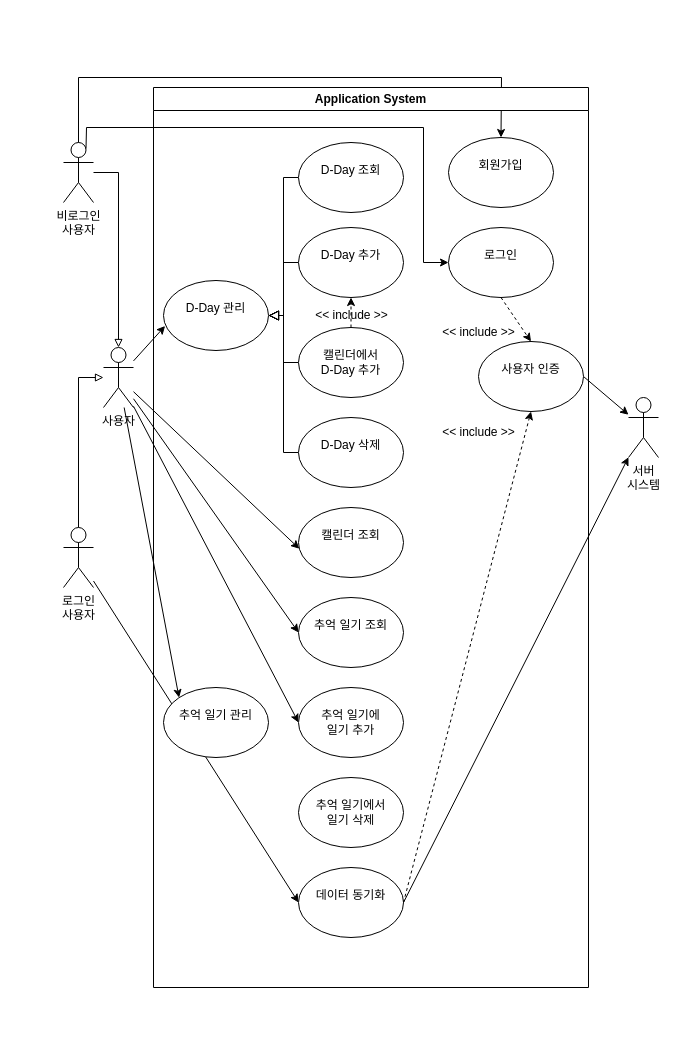
baechuTree/softwareEngineering keeps this draw.io diagram as use case diagram.drawio. Above is the earlier version. Source tidied: cells renumbered, new cells numbered last; positions are measured from the earlier drawing's top-left corner, leaving out a move shared by most shapes. Both pictures are drawn from the tidied source at 100%, with x=0, y=0 at pixel (63, 77).
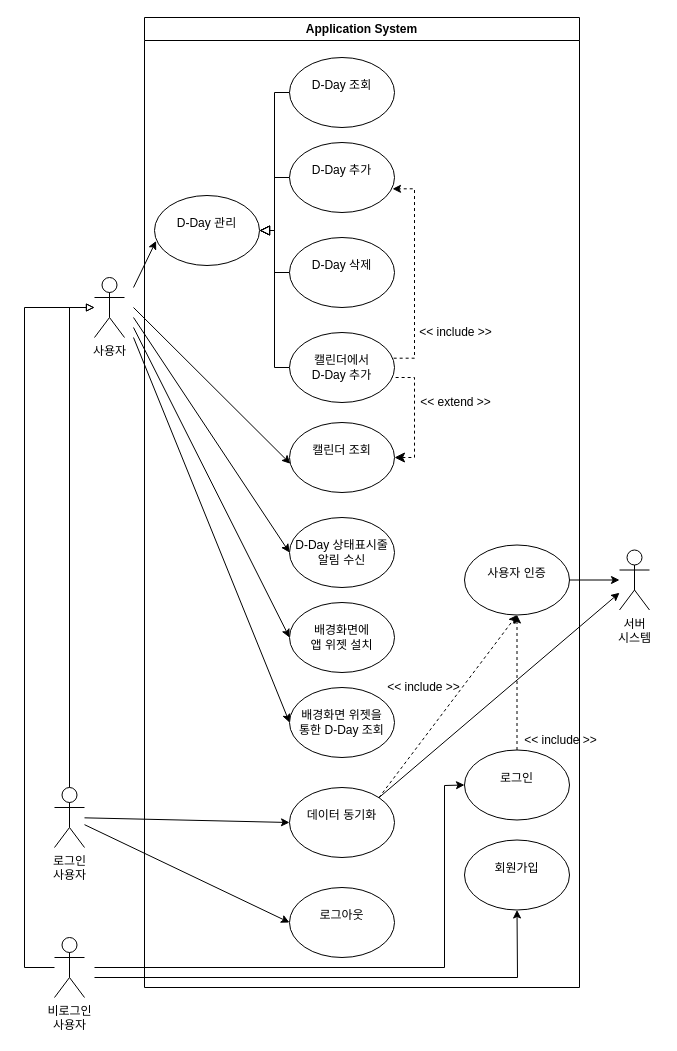
The same page after the edit.

The edit, as a diff of the source:
```diff
@@
-    <mxCell id="2" value="비로그인&lt;div&gt;사용자&lt;/div&gt;" style="shape=umlActor;verticalLabelPosition=bottom;verticalAlign=top;html=1;outlineConnect=0;" parent="1" vertex="1">
-      <mxGeometry y="65" width="30" height="60" as="geometry" />
+    <mxCell id="2" value="비로그인&lt;div&gt;사용자&lt;/div&gt;" style="shape=umlActor;verticalLabelPosition=bottom;verticalAlign=top;html=1;outlineConnect=0;direction=east;" parent="1" vertex="1">
+      <mxGeometry x="-9" y="860" width="30" height="60" as="geometry" />
     </mxCell>
     <mxCell id="3" value="&lt;div&gt;사용자&lt;/div&gt;" style="shape=umlActor;verticalLabelPosition=bottom;verticalAlign=top;html=1;outlineConnect=0;" parent="1" vertex="1">
-      <mxGeometry x="40" y="270" width="30" height="60" as="geometry" />
+      <mxGeometry x="31" y="200" width="30" height="60" as="geometry" />
     </mxCell>
-    <mxCell id="4" style="endArrow=classic;html=1;rounded=0;entryX=0;entryY=0.5;entryDx=0;entryDy=0;" parent="1" edge="1" source="3" target="40">
-      <mxGeometry relative="1" as="geometry" />
-    </mxCell>
-    <mxCell id="5" style="endArrow=classic;html=1;rounded=0;entryX=0;entryY=0.5;entryDx=0;entryDy=0;" parent="1" edge="1" source="3" target="37">
-      <mxGeometry relative="1" as="geometry" />
-    </mxCell>
-    <mxCell id="6" style="endArrow=classic;html=1;rounded=0;entryX=0.008;entryY=0.589;entryDx=0;entryDy=0;entryPerimeter=0;" parent="1" edge="1" source="3" target="36">
-      <mxGeometry relative="1" as="geometry" />
+    <mxCell id="6" style="endArrow=classic;html=1;rounded=0;entryX=0.008;entryY=0.589;entryDx=0;entryDy=0;entryPerimeter=0;" parent="1" edge="1" target="36">
+      <mxGeometry relative="1" as="geometry">
+        <mxPoint x="70" y="230" as="sourcePoint" />
+      </mxGeometry>
     </mxCell>
-    <mxCell id="7" style="endArrow=classic;html=1;rounded=0;entryX=0.5;entryY=0;entryDx=0;entryDy=0;exitX=0.5;exitY=0;exitDx=0;exitDy=0;exitPerimeter=0;" parent="1" edge="1" source="2" target="28">
+    <mxCell id="7" style="endArrow=classic;html=1;rounded=0;entryX=0.5;entryY=1;entryDx=0;entryDy=0;" parent="1" edge="1" target="28">
       <mxGeometry relative="1" as="geometry">
+        <mxPoint x="31" y="900" as="sourcePoint" />
         <Array as="points">
-          <mxPoint x="15" />
-          <mxPoint x="438" />
+          <mxPoint x="454" y="900" />
         </Array>
       </mxGeometry>
     </mxCell>
-    <mxCell id="8" style="endArrow=classic;html=1;rounded=0;entryX=0;entryY=0.5;entryDx=0;entryDy=0;exitX=0.75;exitY=0.1;exitDx=0;exitDy=0;exitPerimeter=0;" parent="1" edge="1" source="2" target="27">
-      <mxGeometry relative="1" as="geometry">
-        <Array as="points">
-          <mxPoint x="23" y="50" />
-          <mxPoint x="360" y="50" />
-          <mxPoint x="360" y="185" />
-        </Array>
-      </mxGeometry>
-    </mxCell>
     <mxCell id="9" value="Application System" style="swimlane;whiteSpace=wrap;html=1;" parent="1" vertex="1">
-      <mxGeometry x="90" y="10" width="435" height="900" as="geometry" />
+      <mxGeometry x="81" y="-60" width="435" height="970" as="geometry" />
     </mxCell>
-    <mxCell id="10" value="서버&lt;div&gt;시스템&lt;/div&gt;" style="shape=umlActor;verticalLabelPosition=bottom;verticalAlign=top;html=1;outlineConnect=0;" parent="1" vertex="1">
-      <mxGeometry x="565" y="320" width="30" height="60" as="geometry" />
-    </mxCell>
-    <mxCell id="11" style="endArrow=classic;html=1;rounded=0;exitX=1;exitY=0.5;exitDx=0;exitDy=0;" parent="1" edge="1" source="38" target="10">
-      <mxGeometry relative="1" as="geometry" />
-    </mxCell>
-    <mxCell id="12" style="endArrow=classic;html=1;rounded=0;exitX=1;exitY=0.5;exitDx=0;exitDy=0;" parent="1" edge="1" source="26" target="10">
-      <mxGeometry relative="1" as="geometry" />
-    </mxCell>
+    <mxCell id="29" value="&amp;lt;&amp;lt; include &amp;gt;&amp;gt;" style="text;html=1;align=center;verticalAlign=middle;strokeColor=none;fillColor=none;" parent="9" vertex="1">
+      <mxGeometry x="229" y="655" width="100" height="30" as="geometry" />
+    </mxCell>
-    <mxCell id="13" value="&amp;lt;&amp;lt; include &amp;gt;&amp;gt;" style="text;html=1;align=center;verticalAlign=middle;strokeColor=none;fillColor=none;" parent="1" vertex="1">
-      <mxGeometry x="365" y="240" width="100" height="30" as="geometry" />
+    <mxCell id="13" value="&amp;lt;&amp;lt; include &amp;gt;&amp;gt;" style="text;html=1;align=center;verticalAlign=middle;strokeColor=none;fillColor=none;" parent="9" vertex="1">
+      <mxGeometry x="366" y="707.5" width="100" height="30" as="geometry" />
     </mxCell>
-    <mxCell id="14" value="&lt;div&gt;로그인&lt;/div&gt;&lt;div&gt;사용자&lt;/div&gt;" style="shape=umlActor;verticalLabelPosition=bottom;verticalAlign=top;html=1;outlineConnect=0;" parent="1" vertex="1">
-      <mxGeometry y="450" width="30" height="60" as="geometry" />
-    </mxCell>
-    <mxCell id="15" style="endArrow=block;html=1;rounded=0;endFill=0;strokeWidth=1;" parent="1" edge="1" source="14">
-      <mxGeometry relative="1" as="geometry">
-        <mxPoint x="40" y="300" as="targetPoint" />
-        <Array as="points">
-          <mxPoint x="15" y="300" />
-        </Array>
-      </mxGeometry>
-    </mxCell>
-    <mxCell id="16" style="endArrow=block;html=1;rounded=0;endFill=0;strokeWidth=1;" parent="1" edge="1" source="2" target="3">
-      <mxGeometry relative="1" as="geometry">
-        <Array as="points">
-          <mxPoint x="55" y="95" />
-        </Array>
-      </mxGeometry>
-    </mxCell>
-    <mxCell id="17" style="endArrow=classic;html=1;rounded=0;entryX=0;entryY=0.5;entryDx=0;entryDy=0;" parent="1" edge="1" source="14" target="38">
-      <mxGeometry relative="1" as="geometry" />
-    </mxCell>
-    <mxCell id="18" style="endArrow=classic;html=1;rounded=0;entryX=0;entryY=0;entryDx=0;entryDy=0;" parent="1" edge="1" source="3" target="21">
-      <mxGeometry relative="1" as="geometry" />
-    </mxCell>
-    <mxCell id="19" style="endArrow=classic;html=1;rounded=0;entryX=0.015;entryY=0.65;entryDx=0;entryDy=0;entryPerimeter=0;" parent="1" edge="1" source="3" target="20">
-      <mxGeometry relative="1" as="geometry" />
-    </mxCell>
+    <mxCell id="43" value="&amp;lt;&amp;lt; extend &amp;gt;&amp;gt;" style="text;html=1;align=center;verticalAlign=middle;strokeColor=none;fillColor=none;" parent="9" vertex="1">
+      <mxGeometry x="266" y="370" width="90" height="30" as="geometry" />
+    </mxCell>
+    <mxCell id="28" value="&lt;br&gt;&lt;div&gt;회원가입&lt;/div&gt;" style="ellipse;whiteSpace=wrap;html=1;verticalAlign=top;align=center;" parent="9" vertex="1">
+      <mxGeometry x="320" y="822.5" width="105" height="70" as="geometry" />
+    </mxCell>
+    <mxCell id="27" value="&lt;div&gt;&lt;br&gt;&lt;/div&gt;&lt;div&gt;로그인&lt;/div&gt;" style="ellipse;whiteSpace=wrap;html=1;verticalAlign=top;align=center;" parent="9" vertex="1">
+      <mxGeometry x="320" y="732.5" width="105" height="70" as="geometry" />
+    </mxCell>
+    <mxCell id="26" value="&lt;div&gt;&lt;br&gt;&lt;/div&gt;&lt;div&gt;사용자 인증&lt;/div&gt;" style="ellipse;whiteSpace=wrap;html=1;verticalAlign=top;align=center;" parent="9" vertex="1">
+      <mxGeometry x="320" y="527.5" width="105" height="70" as="geometry" />
+    </mxCell>
+    <mxCell id="31" style="endArrow=classic;html=1;rounded=0;exitX=0.5;exitY=0;exitDx=0;exitDy=0;entryX=0.5;entryY=1;entryDx=0;entryDy=0;dashed=1;" parent="9" edge="1" source="27" target="26">
+      <mxGeometry relative="1" as="geometry" />
+    </mxCell>
-    <mxCell id="20" value="&lt;div&gt;&lt;br&gt;&lt;/div&gt;&lt;div&gt;&lt;span style=&quot;background-color: transparent; color: light-dark(rgb(0, 0, 0), rgb(255, 255, 255));&quot;&gt;D-Day 관리&lt;/span&gt;&lt;/div&gt;" style="ellipse;whiteSpace=wrap;html=1;verticalAlign=top;align=center;" parent="1" vertex="1">
-      <mxGeometry x="100" y="203" width="105" height="70" as="geometry" />
+    <mxCell id="20" value="&lt;div&gt;&lt;br&gt;&lt;/div&gt;&lt;div&gt;&lt;span style=&quot;background-color: transparent; color: light-dark(rgb(0, 0, 0), rgb(255, 255, 255));&quot;&gt;D-Day 관리&lt;/span&gt;&lt;/div&gt;" style="ellipse;whiteSpace=wrap;html=1;verticalAlign=top;align=center;" parent="9" vertex="1">
+      <mxGeometry x="10" y="178" width="105" height="70" as="geometry" />
     </mxCell>
-    <mxCell id="21" value="&lt;div&gt;&lt;br&gt;&lt;/div&gt;&lt;div&gt;추억 일기 관리&lt;/div&gt;" style="ellipse;whiteSpace=wrap;html=1;verticalAlign=top;align=center;" parent="1" vertex="1">
-      <mxGeometry x="100" y="610" width="105" height="70" as="geometry" />
-    </mxCell>
-    <mxCell id="22" style="edgeStyle=elbowEdgeStyle;elbow=horizontal;endArrow=block;html=1;curved=0;rounded=0;endSize=8;startSize=8;fontSize=12;exitX=0;exitY=0.5;exitDx=0;exitDy=0;entryX=1;entryY=0.5;entryDx=0;entryDy=0;endFill=0;" parent="1" edge="1" source="35" target="20">
+    <mxCell id="22" style="edgeStyle=elbowEdgeStyle;elbow=horizontal;endArrow=block;html=1;curved=0;rounded=0;endSize=8;startSize=8;fontSize=12;exitX=0;exitY=0.5;exitDx=0;exitDy=0;entryX=1;entryY=0.5;entryDx=0;entryDy=0;endFill=0;" parent="9" edge="1" source="35" target="20">
       <mxGeometry relative="1" as="geometry" />
     </mxCell>
-    <mxCell id="23" style="edgeStyle=elbowEdgeStyle;elbow=horizontal;endArrow=block;html=1;curved=0;rounded=0;endSize=8;startSize=8;fontSize=12;exitX=0;exitY=0.5;exitDx=0;exitDy=0;entryX=1;entryY=0.5;entryDx=0;entryDy=0;endFill=0;" parent="1" edge="1" source="33" target="20">
+    <mxCell id="23" style="edgeStyle=elbowEdgeStyle;elbow=horizontal;endArrow=block;html=1;curved=0;rounded=0;endSize=8;startSize=8;fontSize=12;exitX=0;exitY=0.5;exitDx=0;exitDy=0;entryX=1;entryY=0.5;entryDx=0;entryDy=0;endFill=0;" parent="9" edge="1" source="33" target="20">
       <mxGeometry relative="1" as="geometry" />
     </mxCell>
-    <mxCell id="24" style="edgeStyle=elbowEdgeStyle;elbow=horizontal;endArrow=block;html=1;curved=0;rounded=0;endSize=8;startSize=8;fontSize=12;exitX=0;exitY=0.5;exitDx=0;exitDy=0;entryX=1;entryY=0.5;entryDx=0;entryDy=0;endFill=0;" parent="1" edge="1" source="32" target="20">
+    <mxCell id="24" style="edgeStyle=elbowEdgeStyle;elbow=horizontal;endArrow=block;html=1;curved=0;rounded=0;endSize=8;startSize=8;fontSize=12;exitX=0;exitY=0.5;exitDx=0;exitDy=0;entryX=1;entryY=0.5;entryDx=0;entryDy=0;endFill=0;" parent="9" edge="1" source="32" target="20">
       <mxGeometry relative="1" as="geometry" />
     </mxCell>
-    <mxCell id="25" style="edgeStyle=elbowEdgeStyle;elbow=horizontal;endArrow=block;html=1;curved=0;rounded=0;endSize=8;startSize=8;fontSize=12;exitX=0;exitY=0.5;exitDx=0;exitDy=0;entryX=1;entryY=0.5;entryDx=0;entryDy=0;endFill=0;" parent="1" edge="1" source="41" target="20">
+    <mxCell id="25" style="edgeStyle=elbowEdgeStyle;elbow=horizontal;endArrow=block;html=1;curved=0;rounded=0;endSize=8;startSize=8;fontSize=12;exitX=0;exitY=0.5;exitDx=0;exitDy=0;entryX=1;entryY=0.5;entryDx=0;entryDy=0;endFill=0;" parent="9" edge="1" source="41" target="20">
       <mxGeometry relative="1" as="geometry" />
     </mxCell>
-    <mxCell id="26" value="&lt;div&gt;&lt;br&gt;&lt;/div&gt;&lt;div&gt;사용자 인증&lt;/div&gt;" style="ellipse;whiteSpace=wrap;html=1;verticalAlign=top;align=center;" parent="1" vertex="1">
-      <mxGeometry x="415" y="264" width="105" height="70" as="geometry" />
-    </mxCell>
-    <mxCell id="27" value="&lt;div&gt;&lt;br&gt;&lt;/div&gt;&lt;div&gt;로그인&lt;/div&gt;" style="ellipse;whiteSpace=wrap;html=1;verticalAlign=top;align=center;" parent="1" vertex="1">
-      <mxGeometry x="385" y="150" width="105" height="70" as="geometry" />
-    </mxCell>
-    <mxCell id="28" value="&lt;br&gt;&lt;div&gt;회원가입&lt;/div&gt;" style="ellipse;whiteSpace=wrap;html=1;verticalAlign=top;align=center;" parent="1" vertex="1">
-      <mxGeometry x="385" y="60" width="105" height="70" as="geometry" />
-    </mxCell>
-    <mxCell id="29" value="&amp;lt;&amp;lt; include &amp;gt;&amp;gt;" style="text;html=1;align=center;verticalAlign=middle;strokeColor=none;fillColor=none;" parent="1" vertex="1">
-      <mxGeometry x="365" y="340" width="100" height="30" as="geometry" />
-    </mxCell>
-    <mxCell id="30" value="&amp;lt;&amp;lt; include &amp;gt;&amp;gt;" style="text;html=1;align=center;verticalAlign=middle;strokeColor=none;fillColor=none;" parent="1" vertex="1">
-      <mxGeometry x="237.5" y="223" width="100" height="30" as="geometry" />
+    <mxCell id="30" value="&amp;lt;&amp;lt; include &amp;gt;&amp;gt;" style="text;html=1;align=center;verticalAlign=middle;strokeColor=none;fillColor=none;" parent="9" vertex="1">
+      <mxGeometry x="261" y="300" width="100" height="30" as="geometry" />
     </mxCell>
-    <mxCell id="31" style="endArrow=classic;html=1;rounded=0;exitX=0.5;exitY=1;exitDx=0;exitDy=0;entryX=0.5;entryY=0;entryDx=0;entryDy=0;dashed=1;" parent="1" edge="1" source="27" target="26">
-      <mxGeometry relative="1" as="geometry" />
-    </mxCell>
-    <mxCell id="32" value="&lt;div&gt;&lt;br&gt;&lt;/div&gt;&lt;div&gt;캘린더에서&lt;/div&gt;&lt;div&gt;D-Day 추가&lt;/div&gt;" style="ellipse;whiteSpace=wrap;html=1;verticalAlign=top;align=center;" parent="1" vertex="1">
-      <mxGeometry x="235" y="250" width="105" height="70" as="geometry" />
+    <mxCell id="32" value="&lt;div&gt;&lt;br&gt;&lt;/div&gt;&lt;div&gt;캘린더에서&lt;/div&gt;&lt;div&gt;D-Day 추가&lt;/div&gt;" style="ellipse;whiteSpace=wrap;html=1;verticalAlign=top;align=center;" parent="9" vertex="1">
+      <mxGeometry x="145" y="315" width="105" height="70" as="geometry" />
     </mxCell>
-    <mxCell id="33" value="&lt;div&gt;&lt;br&gt;&lt;/div&gt;&lt;div&gt;&lt;span style=&quot;background-color: transparent; color: light-dark(rgb(0, 0, 0), rgb(255, 255, 255));&quot;&gt;D-Day 추가&lt;/span&gt;&lt;/div&gt;" style="ellipse;whiteSpace=wrap;html=1;verticalAlign=top;align=center;" parent="1" vertex="1">
-      <mxGeometry x="235" y="150" width="105" height="70" as="geometry" />
+    <mxCell id="33" value="&lt;div&gt;&lt;br&gt;&lt;/div&gt;&lt;div&gt;&lt;span style=&quot;background-color: transparent; color: light-dark(rgb(0, 0, 0), rgb(255, 255, 255));&quot;&gt;D-Day 추가&lt;/span&gt;&lt;/div&gt;" style="ellipse;whiteSpace=wrap;html=1;verticalAlign=top;align=center;" parent="9" vertex="1">
+      <mxGeometry x="145" y="125" width="105" height="70" as="geometry" />
     </mxCell>
-    <mxCell id="34" style="endArrow=classic;html=1;rounded=0;exitX=0.5;exitY=0;exitDx=0;exitDy=0;entryX=0.5;entryY=1;entryDx=0;entryDy=0;dashed=1;" parent="1" edge="1" source="32" target="33">
-      <mxGeometry relative="1" as="geometry" />
+    <mxCell id="34" style="endArrow=classic;html=1;rounded=0;exitX=0.992;exitY=0.367;exitDx=0;exitDy=0;entryX=0.981;entryY=0.662;entryDx=0;entryDy=0;dashed=1;edgeStyle=orthogonalEdgeStyle;exitPerimeter=0;entryPerimeter=0;" parent="9" edge="1" source="32" target="33">
+      <mxGeometry relative="1" as="geometry">
+        <Array as="points">
+          <mxPoint x="270" y="341" />
+          <mxPoint x="270" y="171" />
+        </Array>
+      </mxGeometry>
     </mxCell>
-    <mxCell id="35" value="&lt;div&gt;&lt;br&gt;&lt;/div&gt;&lt;div&gt;&lt;span style=&quot;background-color: transparent; color: light-dark(rgb(0, 0, 0), rgb(255, 255, 255));&quot;&gt;D-Day 조회&lt;/span&gt;&lt;/div&gt;" style="ellipse;whiteSpace=wrap;html=1;verticalAlign=top;align=center;" parent="1" vertex="1">
-      <mxGeometry x="235" y="65" width="105" height="70" as="geometry" />
+    <mxCell id="35" value="&lt;div&gt;&lt;br&gt;&lt;/div&gt;&lt;div&gt;&lt;span style=&quot;background-color: transparent; color: light-dark(rgb(0, 0, 0), rgb(255, 255, 255));&quot;&gt;D-Day 조회&lt;/span&gt;&lt;/div&gt;" style="ellipse;whiteSpace=wrap;html=1;verticalAlign=top;align=center;" parent="9" vertex="1">
+      <mxGeometry x="145" y="40" width="105" height="70" as="geometry" />
     </mxCell>
-    <mxCell id="36" value="&lt;div&gt;&lt;br&gt;&lt;/div&gt;&lt;div&gt;캘린더 조회&lt;/div&gt;" style="ellipse;whiteSpace=wrap;html=1;verticalAlign=top;align=center;" parent="1" vertex="1">
-      <mxGeometry x="235" y="430" width="105" height="70" as="geometry" />
+    <mxCell id="36" value="&lt;div&gt;&lt;br&gt;&lt;/div&gt;&lt;div&gt;캘린더 조회&lt;/div&gt;" style="ellipse;whiteSpace=wrap;html=1;verticalAlign=top;align=center;" parent="9" vertex="1">
+      <mxGeometry x="145" y="405" width="105" height="70" as="geometry" />
     </mxCell>
-    <mxCell id="37" value="&lt;div&gt;&lt;br&gt;&lt;/div&gt;&lt;div&gt;추억 일기&amp;nbsp;&lt;span style=&quot;background-color: transparent; color: light-dark(rgb(0, 0, 0), rgb(255, 255, 255));&quot;&gt;조회&lt;/span&gt;&lt;/div&gt;" style="ellipse;whiteSpace=wrap;html=1;verticalAlign=top;align=center;" parent="1" vertex="1">
-      <mxGeometry x="235" y="520" width="105" height="70" as="geometry" />
-    </mxCell>
-    <mxCell id="38" value="&lt;div&gt;&lt;br&gt;&lt;/div&gt;&lt;div&gt;데이터 동기화&lt;/div&gt;" style="ellipse;whiteSpace=wrap;html=1;verticalAlign=top;align=center;" parent="1" vertex="1">
-      <mxGeometry x="235" y="790" width="105" height="70" as="geometry" />
+    <mxCell id="38" value="&lt;div&gt;&lt;br&gt;&lt;/div&gt;&lt;div&gt;데이터 동기화&lt;/div&gt;" style="ellipse;whiteSpace=wrap;html=1;verticalAlign=top;align=center;" parent="9" vertex="1">
+      <mxGeometry x="145" y="770" width="105" height="70" as="geometry" />
     </mxCell>
-    <mxCell id="39" style="endArrow=classic;html=1;rounded=0;exitX=1;exitY=0.5;exitDx=0;exitDy=0;entryX=0.5;entryY=1;entryDx=0;entryDy=0;dashed=1;" parent="1" edge="1" source="38" target="26">
+    <mxCell id="39" style="endArrow=classic;html=1;rounded=0;exitX=1;exitY=0;exitDx=0;exitDy=0;entryX=0.5;entryY=1;entryDx=0;entryDy=0;dashed=1;" parent="9" edge="1" source="38" target="26">
       <mxGeometry relative="1" as="geometry" />
     </mxCell>
-    <mxCell id="40" value="&lt;div&gt;&lt;br&gt;&lt;/div&gt;&lt;div&gt;추억 일기에&lt;/div&gt;&lt;div&gt;일기 추가&lt;/div&gt;" style="ellipse;whiteSpace=wrap;html=1;verticalAlign=top;align=center;" parent="1" vertex="1">
-      <mxGeometry x="235" y="610" width="105" height="70" as="geometry" />
-    </mxCell>
-    <mxCell id="41" value="&lt;div&gt;&lt;br&gt;&lt;/div&gt;&lt;div&gt;&lt;span style=&quot;background-color: transparent; color: light-dark(rgb(0, 0, 0), rgb(255, 255, 255));&quot;&gt;D-Day 삭제&lt;/span&gt;&lt;/div&gt;" style="ellipse;whiteSpace=wrap;html=1;verticalAlign=top;align=center;" parent="1" vertex="1">
-      <mxGeometry x="235" y="340" width="105" height="70" as="geometry" />
+    <mxCell id="41" value="&lt;div&gt;&lt;br&gt;&lt;/div&gt;&lt;div&gt;&lt;span style=&quot;background-color: transparent; color: light-dark(rgb(0, 0, 0), rgb(255, 255, 255));&quot;&gt;D-Day 삭제&lt;/span&gt;&lt;/div&gt;" style="ellipse;whiteSpace=wrap;html=1;verticalAlign=top;align=center;" parent="9" vertex="1">
+      <mxGeometry x="145" y="220" width="105" height="70" as="geometry" />
     </mxCell>
-    <mxCell id="42" value="&lt;div&gt;&lt;br&gt;&lt;/div&gt;&lt;div&gt;추억 일기에서&lt;/div&gt;&lt;div&gt;일기 삭제&lt;/div&gt;" style="ellipse;whiteSpace=wrap;html=1;verticalAlign=top;align=center;" parent="1" vertex="1">
-      <mxGeometry x="235" y="700" width="105" height="70" as="geometry" />
-    </mxCell>
+    <mxCell id="44" style="endArrow=none;html=1;rounded=0;fontSize=12;startSize=8;endSize=8;exitX=1;exitY=0.5;exitDx=0;exitDy=0;startArrow=classic;startFill=1;dashed=1;edgeStyle=orthogonalEdgeStyle;" parent="9" edge="1" source="36" target="32">
+      <mxGeometry relative="1" as="geometry">
+        <Array as="points">
+          <mxPoint x="270" y="440" />
+          <mxPoint x="270" y="360" />
+        </Array>
+      </mxGeometry>
+    </mxCell>
+    <mxCell id="45" value="&lt;div&gt;&lt;br&gt;&lt;/div&gt;로그아웃" style="ellipse;whiteSpace=wrap;html=1;verticalAlign=top;align=center;" parent="9" vertex="1">
+      <mxGeometry x="145" y="870" width="105" height="70" as="geometry" />
+    </mxCell>
+    <mxCell id="46" value="&lt;br&gt;&lt;div&gt;배경화면 위젯을&lt;/div&gt;&lt;div&gt;통한 D-Day 조회&lt;/div&gt;" style="ellipse;whiteSpace=wrap;html=1;verticalAlign=top;align=center;" parent="9" vertex="1">
+      <mxGeometry x="145" y="670" width="105" height="70" as="geometry" />
+    </mxCell>
+    <mxCell id="47" value="&lt;br&gt;&lt;div&gt;D-Day 상태표시줄&lt;/div&gt;&lt;div&gt;알림 수신&lt;/div&gt;" style="ellipse;whiteSpace=wrap;html=1;verticalAlign=top;align=center;" parent="9" vertex="1">
+      <mxGeometry x="145" y="500" width="105" height="70" as="geometry" />
+    </mxCell>
+    <mxCell id="48" value="&lt;br&gt;&lt;div&gt;배경화면에&lt;/div&gt;&lt;div&gt;앱 위젯 설치&lt;/div&gt;" style="ellipse;whiteSpace=wrap;html=1;verticalAlign=top;align=center;" parent="9" vertex="1">
+      <mxGeometry x="145" y="585" width="105" height="70" as="geometry" />
+    </mxCell>
+    <mxCell id="10" value="서버&lt;div&gt;시스템&lt;/div&gt;" style="shape=umlActor;verticalLabelPosition=bottom;verticalAlign=top;html=1;outlineConnect=0;" parent="1" vertex="1">
+      <mxGeometry x="556" y="472.5" width="30" height="60" as="geometry" />
+    </mxCell>
+    <mxCell id="11" style="endArrow=classic;html=1;rounded=0;exitX=1;exitY=0;exitDx=0;exitDy=0;" parent="1" edge="1" source="38" target="10">
+      <mxGeometry relative="1" as="geometry" />
+    </mxCell>
+    <mxCell id="12" style="endArrow=classic;html=1;rounded=0;exitX=1;exitY=0.5;exitDx=0;exitDy=0;" parent="1" edge="1" source="26" target="10">
+      <mxGeometry relative="1" as="geometry" />
+    </mxCell>
+    <mxCell id="14" value="&lt;div&gt;로그인&lt;/div&gt;&lt;div&gt;사용자&lt;/div&gt;" style="shape=umlActor;verticalLabelPosition=bottom;verticalAlign=top;html=1;outlineConnect=0;" parent="1" vertex="1">
+      <mxGeometry x="-9" y="710" width="30" height="60" as="geometry" />
+    </mxCell>
+    <mxCell id="15" style="endArrow=block;html=1;rounded=0;endFill=0;strokeWidth=1;" parent="1" edge="1" source="14">
+      <mxGeometry relative="1" as="geometry">
+        <mxPoint x="31" y="230" as="targetPoint" />
+        <Array as="points">
+          <mxPoint x="6" y="230" />
+        </Array>
+      </mxGeometry>
+    </mxCell>
+    <mxCell id="16" style="endArrow=block;html=1;rounded=0;endFill=0;strokeWidth=1;" parent="1" edge="1" source="2" target="3">
+      <mxGeometry relative="1" as="geometry">
+        <Array as="points">
+          <mxPoint x="-39" y="890" />
+          <mxPoint x="-39" y="230" />
+        </Array>
+      </mxGeometry>
+    </mxCell>
+    <mxCell id="17" style="endArrow=classic;html=1;rounded=0;entryX=0;entryY=0.5;entryDx=0;entryDy=0;" parent="1" edge="1" source="14" target="38">
+      <mxGeometry relative="1" as="geometry" />
+    </mxCell>
+    <mxCell id="19" style="endArrow=classic;html=1;rounded=0;entryX=0.015;entryY=0.65;entryDx=0;entryDy=0;entryPerimeter=0;" parent="1" edge="1" target="20">
+      <mxGeometry relative="1" as="geometry">
+        <mxPoint x="70" y="210" as="sourcePoint" />
+      </mxGeometry>
+    </mxCell>
+    <mxCell id="49" style="endArrow=classic;html=1;rounded=0;entryX=0;entryY=0.5;entryDx=0;entryDy=0;" parent="1" edge="1" target="27">
+      <mxGeometry relative="1" as="geometry">
+        <mxPoint x="31" y="890" as="sourcePoint" />
+        <Array as="points">
+          <mxPoint x="381" y="890" />
+          <mxPoint x="381" y="708" />
+        </Array>
+      </mxGeometry>
+    </mxCell>
+    <mxCell id="50" style="endArrow=classic;html=1;rounded=0;entryX=0;entryY=0.5;entryDx=0;entryDy=0;" parent="1" edge="1" source="14" target="45">
+      <mxGeometry relative="1" as="geometry" />
+    </mxCell>
+    <mxCell id="51" style="endArrow=classic;html=1;rounded=0;entryX=0;entryY=0.5;entryDx=0;entryDy=0;" parent="1" edge="1" target="47">
+      <mxGeometry relative="1" as="geometry">
+        <mxPoint x="70" y="240" as="sourcePoint" />
+      </mxGeometry>
+    </mxCell>
+    <mxCell id="52" style="endArrow=classic;html=1;rounded=0;entryX=0;entryY=0.5;entryDx=0;entryDy=0;" parent="1" edge="1" target="46">
+      <mxGeometry relative="1" as="geometry">
+        <mxPoint x="70" y="260" as="sourcePoint" />
+      </mxGeometry>
+    </mxCell>
+    <mxCell id="53" style="endArrow=classic;html=1;rounded=0;entryX=0;entryY=0.5;entryDx=0;entryDy=0;" parent="1" edge="1" target="48">
+      <mxGeometry relative="1" as="geometry">
+        <mxPoint x="70" y="250" as="sourcePoint" />
+      </mxGeometry>
+    </mxCell>
```
